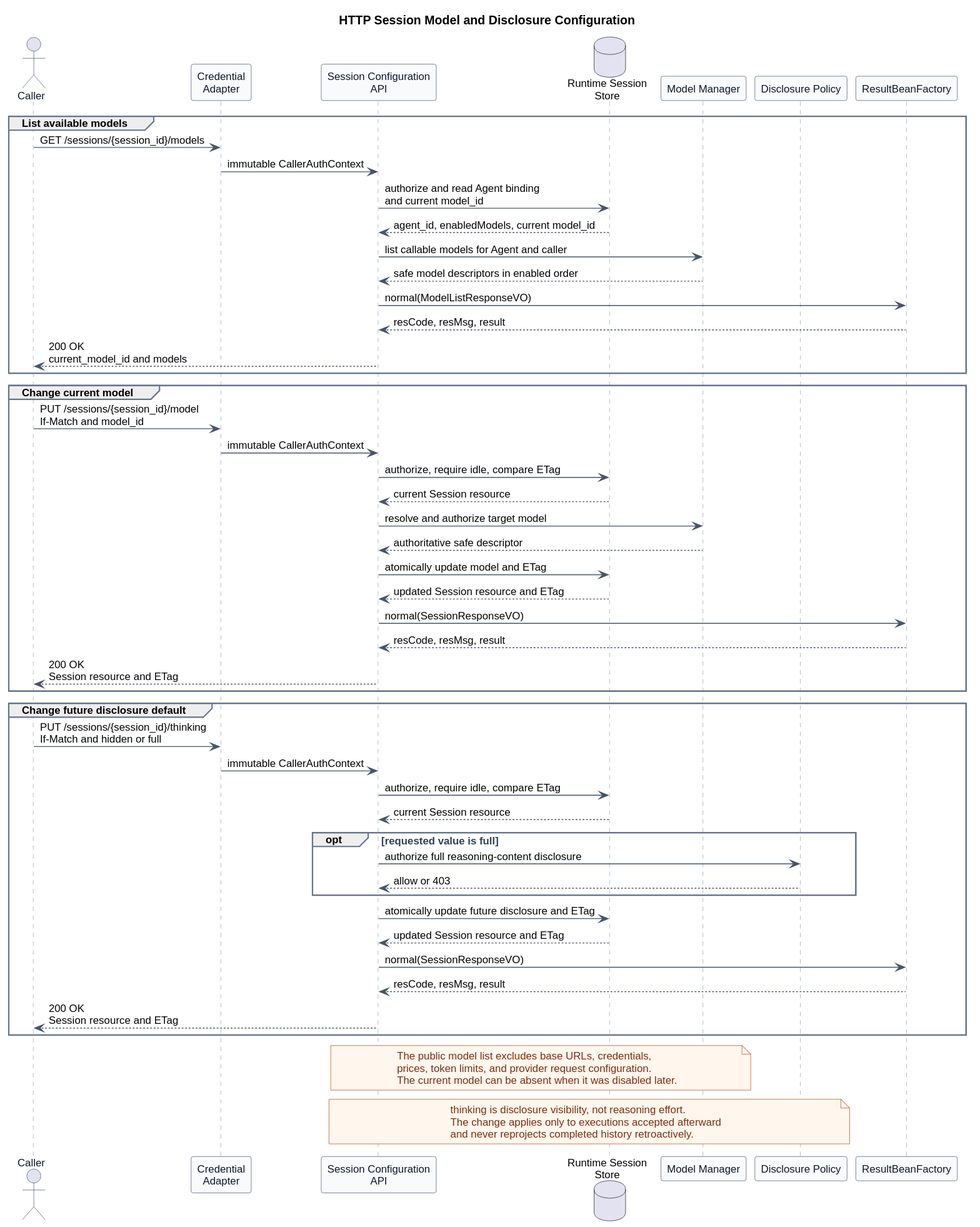
This is pi-mono-java-manager-driven-multi-agent-runtime/http_session_model_configuration.svg from ssm0808/pi-mono-java-design, a PlantUML export, as it was before one commit.
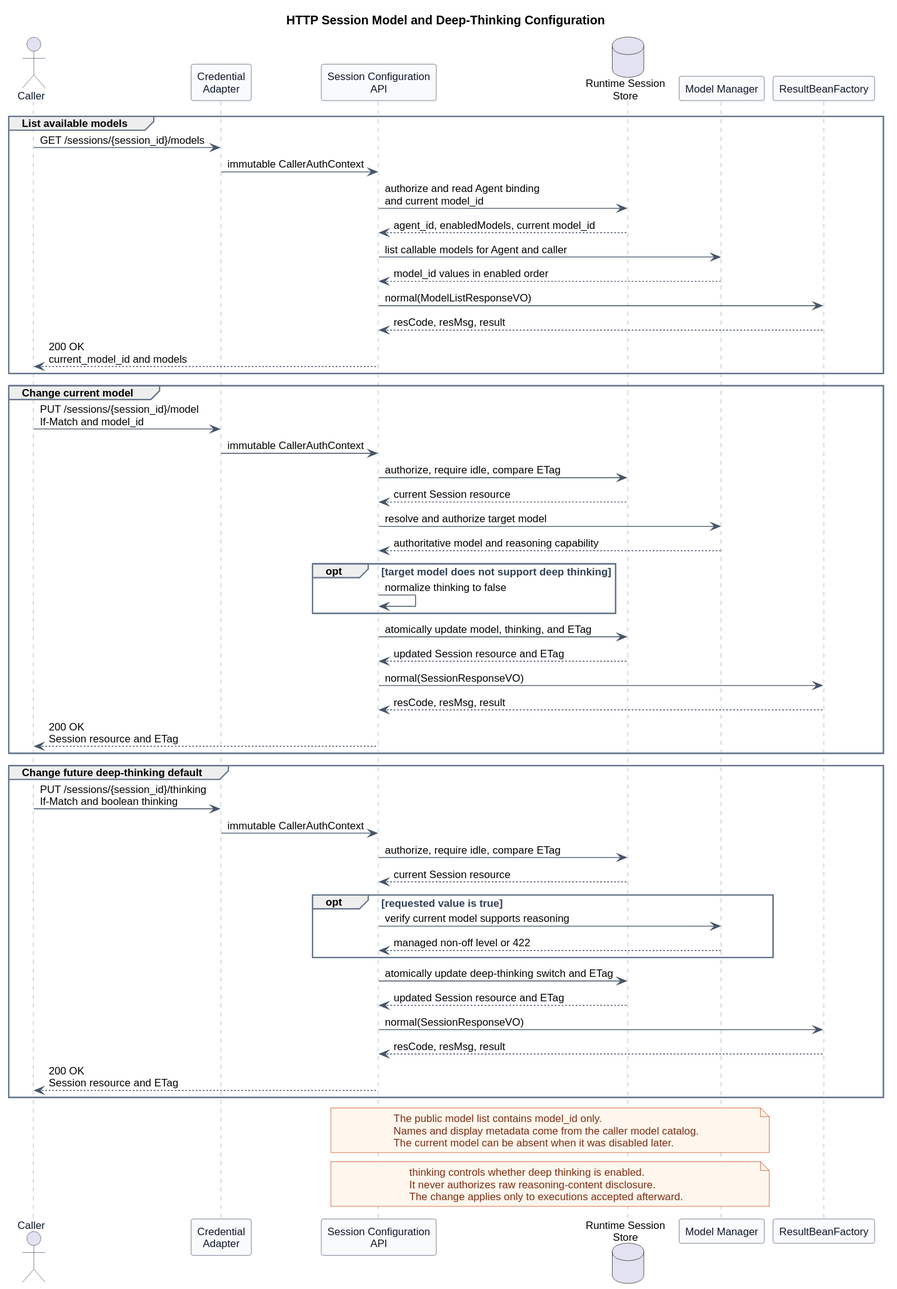
The same file after the commit.

Commit message:
docs(api): align thinking with deep reasoning

The edit, as a diff of the source:
```diff
@@ -1,5 +1,5 @@
 @startuml
-title HTTP Session Model and Disclosure Configuration
+title HTTP Session Model and Deep-Thinking Configuration
 
 
 skinparam backgroundColor #FFFFFF
@@ -29,7 +29,6 @@
 participant "Session Configuration\nAPI" as API
 database "Runtime Session\nStore" as Store
 participant "Model Manager" as Models
-participant "Disclosure Policy" as Policy
 participant ResultBeanFactory
 
 group List available models
@@ -38,7 +37,7 @@
   API -> Store : authorize and read Agent binding\nand current model_id
   Store --> API : agent_id, enabledModels, current model_id
   API -> Models : list callable models for Agent and caller
-  Models --> API : safe model descriptors in enabled order
+  Models --> API : model_id values in enabled order
   API -> ResultBeanFactory : normal(ModelListResponseVO)
   ResultBeanFactory --> API : resCode, resMsg, result
   API --> Caller : 200 OK\ncurrent_model_id and models
@@ -50,24 +49,27 @@
   API -> Store : authorize, require idle, compare ETag
   Store --> API : current Session resource
   API -> Models : resolve and authorize target model
-  Models --> API : authoritative safe descriptor
-  API -> Store : atomically update model and ETag
+  Models --> API : authoritative model and reasoning capability
+  opt target model does not support deep thinking
+    API -> API : normalize thinking to false
+  end
+  API -> Store : atomically update model, thinking, and ETag
   Store --> API : updated Session resource and ETag
   API -> ResultBeanFactory : normal(SessionResponseVO)
   ResultBeanFactory --> API : resCode, resMsg, result
   API --> Caller : 200 OK\nSession resource and ETag
 end
 
-group Change future disclosure default
-  Caller -> Auth : PUT /sessions/{session_id}/thinking\nIf-Match and hidden or full
+group Change future deep-thinking default
+  Caller -> Auth : PUT /sessions/{session_id}/thinking\nIf-Match and boolean thinking
   Auth -> API : immutable CallerAuthContext
   API -> Store : authorize, require idle, compare ETag
   Store --> API : current Session resource
-  opt requested value is full
-    API -> Policy : authorize full reasoning-content disclosure
-    Policy --> API : allow or 403
+  opt requested value is true
+    API -> Models : verify current model supports reasoning
+    Models --> API : managed non-off level or 422
   end
-  API -> Store : atomically update future disclosure and ETag
+  API -> Store : atomically update deep-thinking switch and ETag
   Store --> API : updated Session resource and ETag
   API -> ResultBeanFactory : normal(SessionResponseVO)
   ResultBeanFactory --> API : resCode, resMsg, result
@@ -75,14 +77,14 @@
 end
 
 note over API,Models
-The public model list excludes base URLs, credentials,
-prices, token limits, and provider request configuration.
+The public model list contains model_id only.
+Names and display metadata come from the caller model catalog.
 The current model can be absent when it was disabled later.
 end note
 
-note over API,Policy
-thinking is disclosure visibility, not reasoning effort.
-The change applies only to executions accepted afterward
-and never reprojects completed history retroactively.
+note over API,Models
+thinking controls whether deep thinking is enabled.
+It never authorizes raw reasoning-content disclosure.
+The change applies only to executions accepted afterward.
 end note
 @enduml
```
